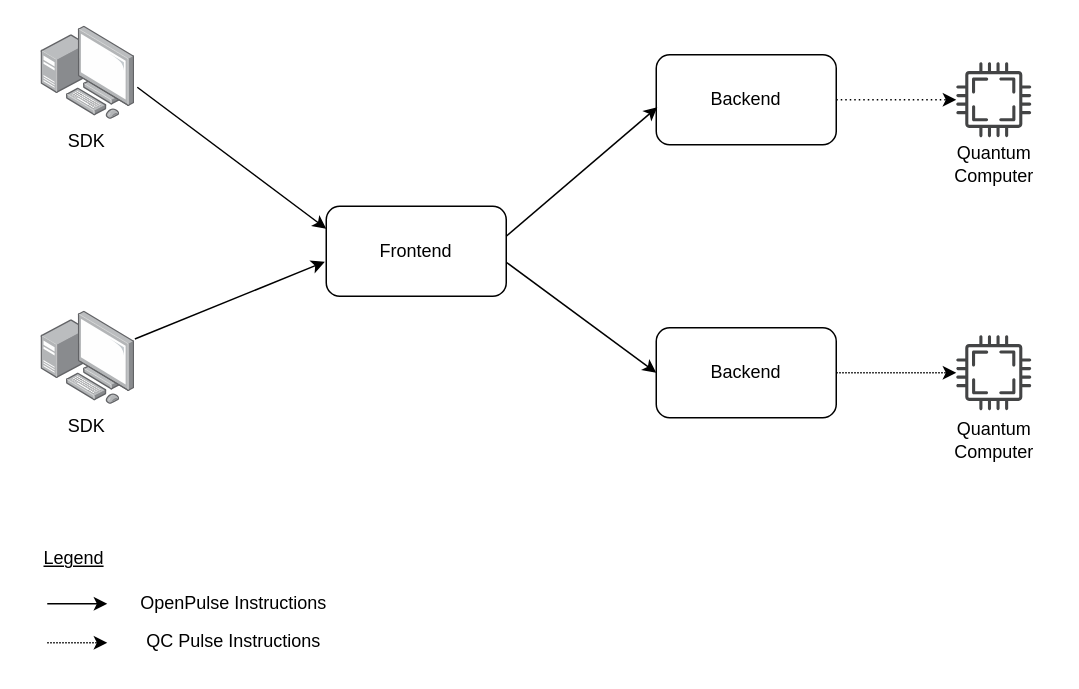
Before: assets/tergite-overview.drawio in tergite/tergite.github.io, a draw.io diagram. Source tidied: cells renumbered, new cells numbered last; positions are measured from the earlier drawing's top-left corner, leaving out a move shared by most shapes. Both pictures are drawn from the tidied source at 150%, with x=0, y=0 at pixel (26, 26).
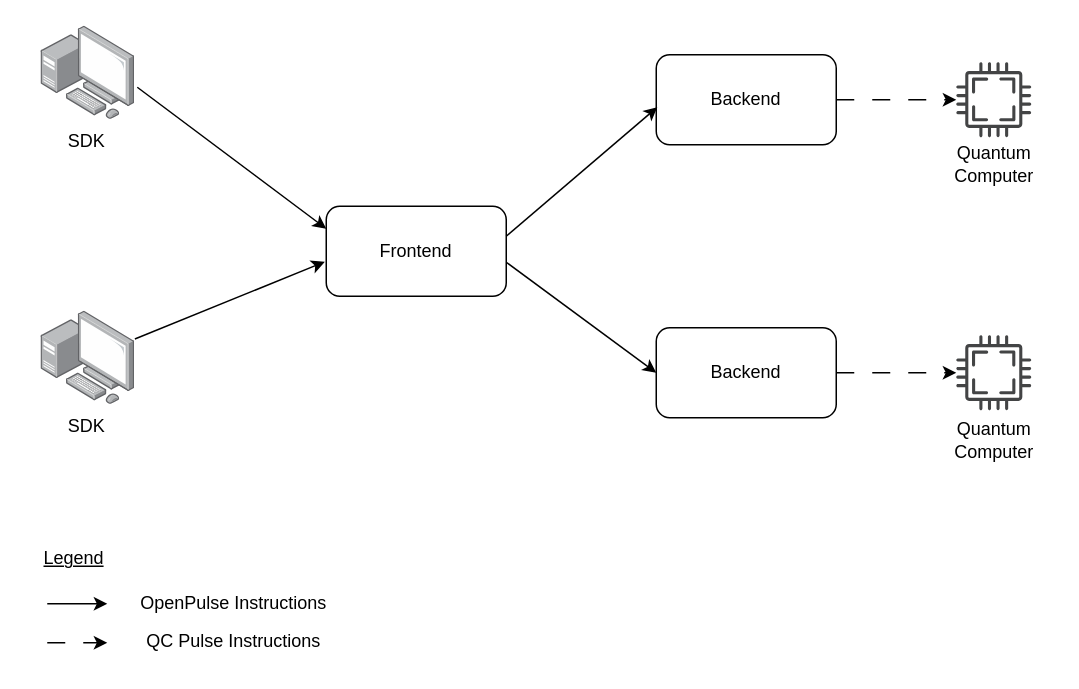
The same page after the edit.

The change refers to these unchanged cells:
```xml
<mxCell id="3" value="Backend" style="rounded=1;whiteSpace=wrap;html=1;" parent="1" vertex="1">
  <mxGeometry x="420" y="19" width="120" height="60" as="geometry" />
</mxCell>
<mxCell id="5" value="Backend" style="rounded=1;whiteSpace=wrap;html=1;" parent="1" vertex="1">
  <mxGeometry x="420" y="201" width="120" height="60" as="geometry" />
</mxCell>
<mxCell id="11" style="sketch=0;shadow=0;dashed=0;html=1;strokeColor=none;fillColor=#434445;labelPosition=center;verticalLabelPosition=bottom;verticalAlign=top;align=center;outlineConnect=0;shape=mxgraph.vvd.cpu;" parent="10" vertex="1">
  <mxGeometry x="15" width="50" height="50" as="geometry" />
</mxCell>
<mxCell id="14" style="sketch=0;shadow=0;dashed=0;html=1;strokeColor=none;fillColor=#434445;labelPosition=center;verticalLabelPosition=bottom;verticalAlign=top;align=center;outlineConnect=0;shape=mxgraph.vvd.cpu;" parent="13" vertex="1">
  <mxGeometry x="15" width="50" height="50" as="geometry" />
</mxCell>
<mxCell id="23" style="group;" parent="1" vertex="1">
  <mxGeometry x="10" y="340" width="203" height="85" as="geometry" />
</mxCell>
```

What changed in the source:
```diff
@@
-    <mxCell id="2" style="edgeStyle=orthogonalEdgeStyle;rounded=0;jettySize=auto;html=1;dashed=1;dashPattern=1 2;" parent="1" edge="1" source="3" target="11">
+    <mxCell id="2" style="edgeStyle=orthogonalEdgeStyle;rounded=0;jettySize=auto;html=1;dashed=1;dashPattern=12 12;" parent="1" edge="1" source="3" target="11">
       <mxGeometry relative="1" as="geometry" />
     </mxCell>
@@
-    <mxCell id="4" style="edgeStyle=orthogonalEdgeStyle;rounded=0;jettySize=auto;html=1;dashed=1;dashPattern=1 1;" parent="1" edge="1" source="5" target="14">
+    <mxCell id="4" style="edgeStyle=orthogonalEdgeStyle;rounded=0;jettySize=auto;html=1;dashed=1;dashPattern=12 12;" parent="1" edge="1" source="5" target="14">
       <mxGeometry relative="1" as="geometry" />
     </mxCell>
@@
-    <mxCell id="28" style="endArrow=classic;html=1;rounded=0;dashed=1;dashPattern=1 1;" parent="23" edge="1">
+    <mxCell id="28" style="endArrow=classic;html=1;rounded=0;dashed=1;dashPattern=12 12;" parent="23" edge="1">
       <mxGeometry relative="1" as="geometry">
         <mxPoint x="4" y="71" as="sourcePoint" />
         <mxPoint x="44" y="71" as="targetPoint" />
         <Array as="points">
           <mxPoint x="4" y="71" />
         </Array>
       </mxGeometry>
     </mxCell>
```
